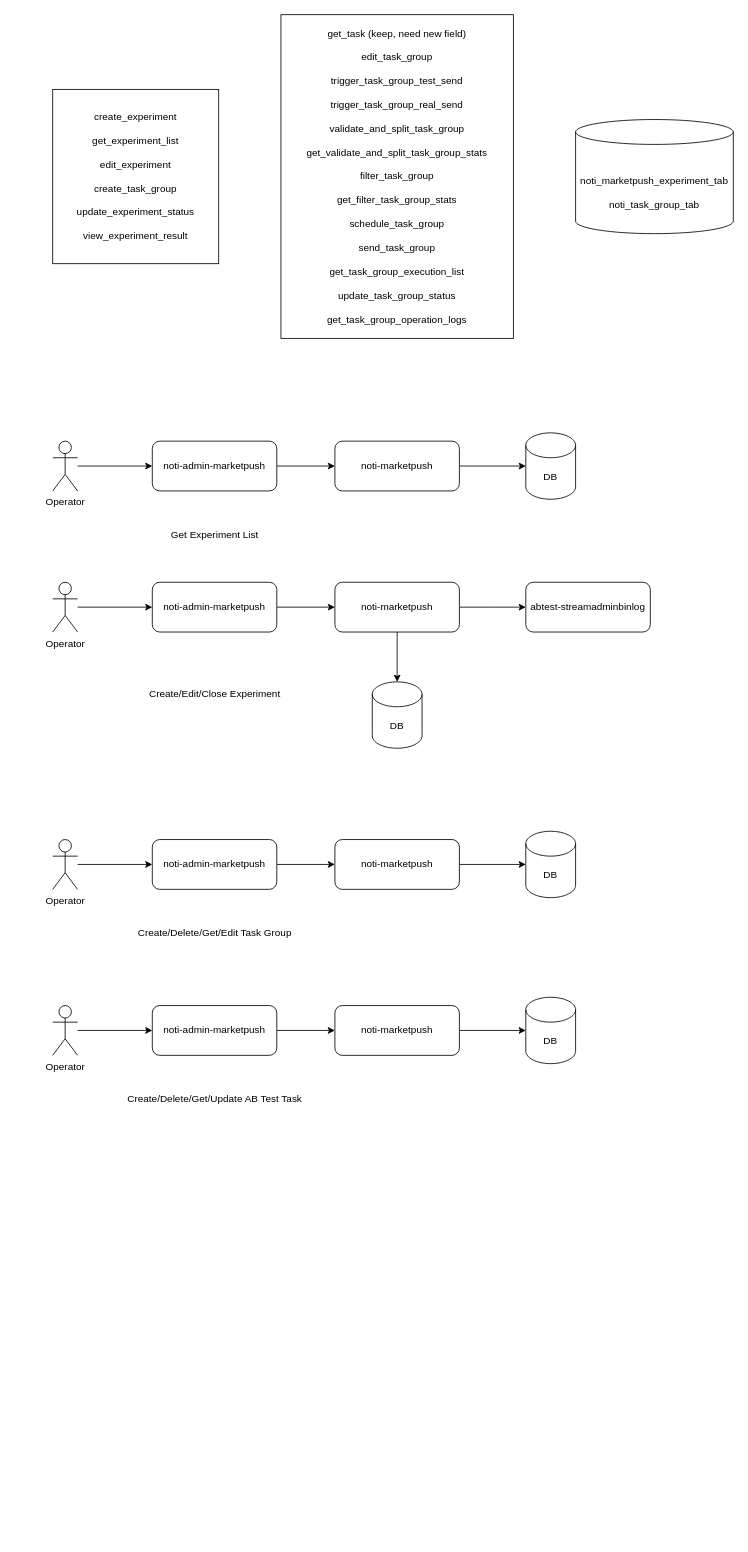
Before: marketpush integrate ab test.drawio in zzw55486402/20200626, a draw.io diagram. Source tidied: cells renumbered, new cells numbered last; positions are measured from the earlier drawing's top-left corner, leaving out a move shared by most shapes. Both pictures are drawn from the tidied source at 83%, with x=0, y=0 at pixel (52, 14).
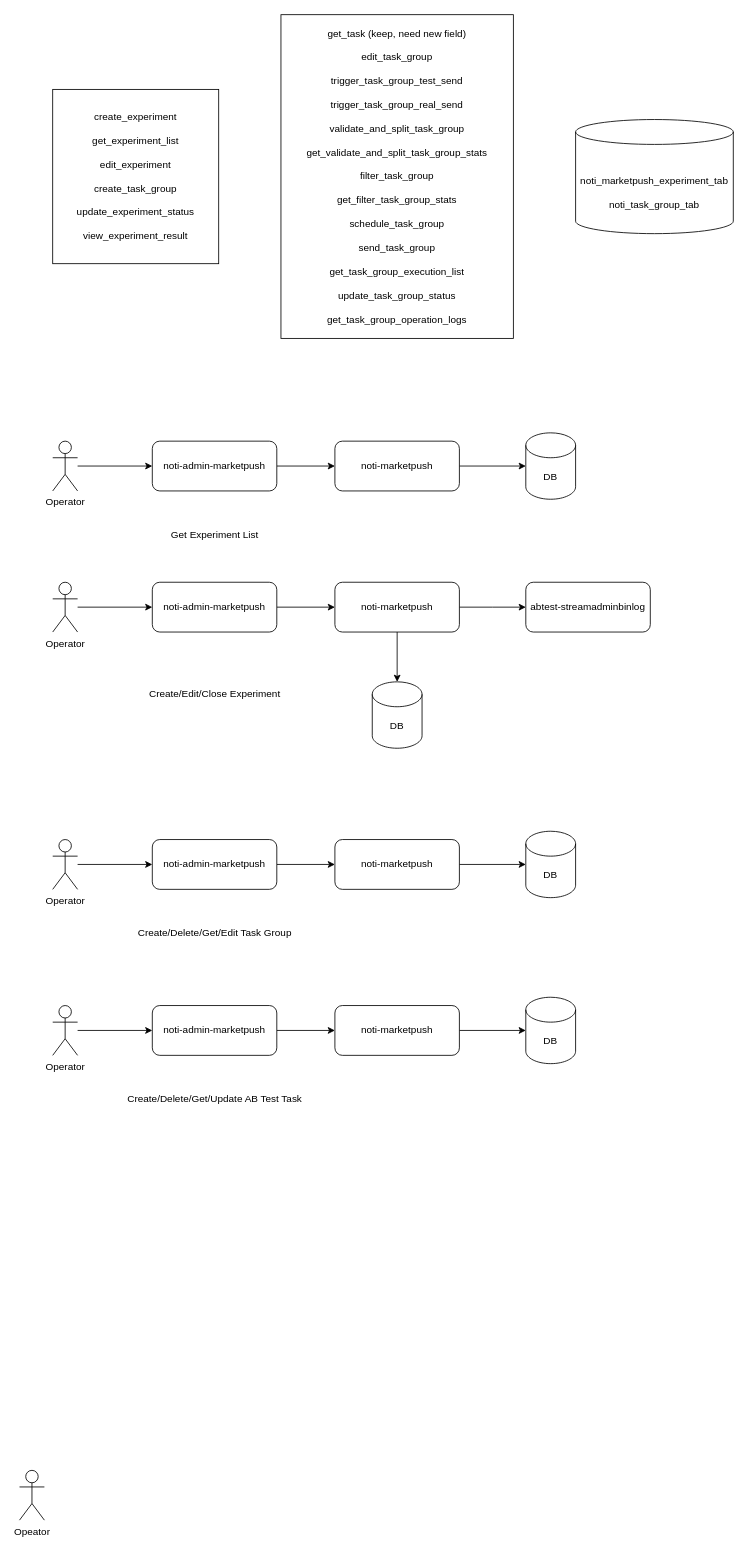
The same page after the edit.

The edit, as a diff of the source:
```diff
@@
+    <mxCell id="39" value="Opeator" style="shape=umlActor;verticalLabelPosition=bottom;verticalAlign=top;html=1;" parent="1" vertex="1">
+      <mxGeometry x="-40" y="1754" width="30" height="60" as="geometry" />
+    </mxCell>
```
